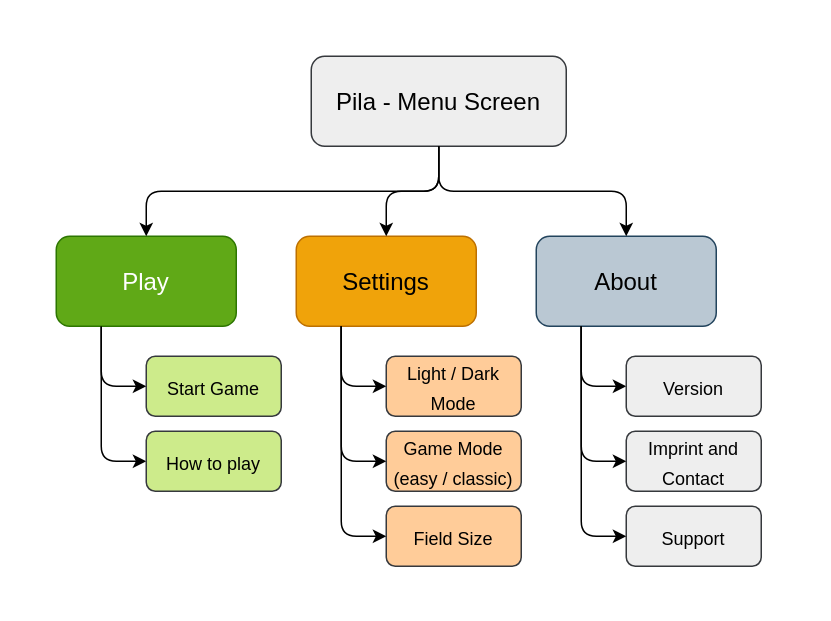
Earlier version of the draw.io diagram .drawio/app-concept.drawio (FOehlschlaeger/pila). Source tidied: cells renumbered, new cells numbered last; positions are measured from the earlier drawing's top-left corner, leaving out a move shared by most shapes. Both pictures are drawn from the tidied source at 150%, with x=0, y=0 at pixel (26, 26).
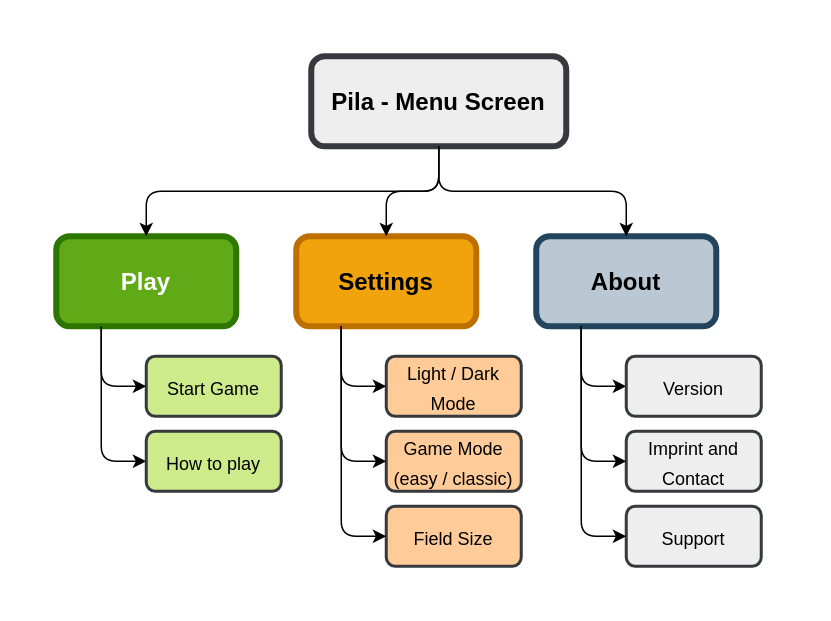
The same diagram, later.

Change to the diagram source:
```diff
@@
-    <mxCell id="5" value="&lt;font style=&quot;font-size: 16px;&quot;&gt;Pila - Menu Screen&lt;/font&gt;" style="rounded=1;whiteSpace=wrap;html=1;fillColor=#eeeeee;strokeColor=#36393d;" parent="4" vertex="1">
+    <mxCell id="5" value="&lt;font style=&quot;font-size: 16px;&quot;&gt;&lt;b&gt;Pila - Menu Screen&lt;/b&gt;&lt;/font&gt;" style="rounded=1;whiteSpace=wrap;html=1;fillColor=#eeeeee;strokeColor=#36393d;strokeWidth=4;" parent="4" vertex="1">
       <mxGeometry x="190" y="20" width="170" height="60" as="geometry" />
     </mxCell>
-    <mxCell id="6" value="&lt;font style=&quot;font-size: 16px;&quot;&gt;About&lt;/font&gt;" style="rounded=1;whiteSpace=wrap;html=1;fillColor=#bac8d3;strokeColor=#23445d;" parent="4" vertex="1">
+    <mxCell id="6" value="&lt;font style=&quot;font-size: 16px;&quot;&gt;&lt;b&gt;About&lt;/b&gt;&lt;/font&gt;" style="rounded=1;whiteSpace=wrap;html=1;fillColor=#bac8d3;strokeColor=#23445d;strokeWidth=4;" parent="4" vertex="1">
       <mxGeometry x="340" y="140" width="120" height="60" as="geometry" />
     </mxCell>
@@
-    <mxCell id="8" value="&lt;font style=&quot;font-size: 16px;&quot;&gt;Settings&lt;/font&gt;" style="rounded=1;whiteSpace=wrap;html=1;fillColor=#f0a30a;strokeColor=#BD7000;fontColor=#000000;" parent="4" vertex="1">
+    <mxCell id="8" value="&lt;font style=&quot;font-size: 16px;&quot;&gt;&lt;b&gt;Settings&lt;/b&gt;&lt;/font&gt;" style="rounded=1;whiteSpace=wrap;html=1;fillColor=#f0a30a;strokeColor=#BD7000;fontColor=#000000;strokeWidth=4;" parent="4" vertex="1">
       <mxGeometry x="180" y="140" width="120" height="60" as="geometry" />
     </mxCell>
-    <mxCell id="9" value="&lt;font style=&quot;font-size: 16px;&quot;&gt;Play&lt;/font&gt;" style="rounded=1;whiteSpace=wrap;html=1;fillColor=#60a917;strokeColor=#2D7600;fontColor=#ffffff;" parent="4" vertex="1">
+    <mxCell id="9" value="&lt;font style=&quot;font-size: 16px;&quot;&gt;&lt;b&gt;Play&lt;/b&gt;&lt;/font&gt;" style="rounded=1;whiteSpace=wrap;html=1;fillColor=#60a917;strokeColor=#2D7600;fontColor=#ffffff;strokeWidth=4;" parent="4" vertex="1">
       <mxGeometry x="20" y="140" width="120" height="60" as="geometry" />
     </mxCell>
@@
-    <mxCell id="13" value="&lt;font style=&quot;font-size: 12px;&quot;&gt;Imprint and Contact&lt;/font&gt;" style="rounded=1;whiteSpace=wrap;html=1;fontSize=16;fillColor=#eeeeee;strokeColor=#36393d;" parent="4" vertex="1">
+    <mxCell id="13" value="&lt;font style=&quot;font-size: 12px;&quot;&gt;Imprint and Contact&lt;/font&gt;" style="rounded=1;whiteSpace=wrap;html=1;fontSize=16;fillColor=#eeeeee;strokeColor=#36393d;strokeWidth=2;" parent="4" vertex="1">
       <mxGeometry x="400" y="270" width="90" height="40" as="geometry" />
     </mxCell>
-    <mxCell id="14" value="&lt;font style=&quot;font-size: 12px;&quot;&gt;Support&lt;/font&gt;" style="rounded=1;whiteSpace=wrap;html=1;fontSize=16;fillColor=#eeeeee;strokeColor=#36393d;" parent="4" vertex="1">
+    <mxCell id="14" value="&lt;font style=&quot;font-size: 12px;&quot;&gt;Support&lt;/font&gt;" style="rounded=1;whiteSpace=wrap;html=1;fontSize=16;fillColor=#eeeeee;strokeColor=#36393d;strokeWidth=2;" parent="4" vertex="1">
       <mxGeometry x="400" y="320" width="90" height="40" as="geometry" />
     </mxCell>
@@
-    <mxCell id="17" value="&lt;font style=&quot;font-size: 12px;&quot;&gt;Light / Dark Mode&lt;/font&gt;" style="rounded=1;whiteSpace=wrap;html=1;fontSize=16;fillColor=#ffcc99;strokeColor=#36393d;" parent="4" vertex="1">
+    <mxCell id="17" value="&lt;font style=&quot;font-size: 12px;&quot;&gt;Light / Dark Mode&lt;/font&gt;" style="rounded=1;whiteSpace=wrap;html=1;fontSize=16;fillColor=#ffcc99;strokeColor=#36393d;strokeWidth=2;" parent="4" vertex="1">
       <mxGeometry x="240" y="220" width="90" height="40" as="geometry" />
     </mxCell>
-    <mxCell id="18" value="&lt;font style=&quot;font-size: 12px;&quot;&gt;Game Mode&lt;br&gt;(easy / classic)&lt;/font&gt;" style="rounded=1;whiteSpace=wrap;html=1;fontSize=16;fillColor=#ffcc99;strokeColor=#36393d;" parent="4" vertex="1">
+    <mxCell id="18" value="&lt;font style=&quot;font-size: 12px;&quot;&gt;Game Mode&lt;br&gt;(easy / classic)&lt;/font&gt;" style="rounded=1;whiteSpace=wrap;html=1;fontSize=16;fillColor=#ffcc99;strokeColor=#36393d;strokeWidth=2;" parent="4" vertex="1">
       <mxGeometry x="240" y="270" width="90" height="40" as="geometry" />
     </mxCell>
@@
-    <mxCell id="21" value="&lt;font style=&quot;font-size: 12px;&quot;&gt;How to play&lt;/font&gt;" style="rounded=1;whiteSpace=wrap;html=1;fontSize=16;fillColor=#cdeb8b;strokeColor=#36393d;" parent="4" vertex="1">
+    <mxCell id="21" value="&lt;font style=&quot;font-size: 12px;&quot;&gt;How to play&lt;/font&gt;" style="rounded=1;whiteSpace=wrap;html=1;fontSize=16;fillColor=#cdeb8b;strokeColor=#36393d;strokeWidth=2;" parent="4" vertex="1">
       <mxGeometry x="80" y="270" width="90" height="40" as="geometry" />
     </mxCell>
-    <mxCell id="22" value="&lt;span style=&quot;font-size: 12px;&quot;&gt;Start Game&lt;/span&gt;" style="rounded=1;whiteSpace=wrap;html=1;fontSize=16;fillColor=#cdeb8b;strokeColor=#36393d;" parent="4" vertex="1">
+    <mxCell id="22" value="&lt;span style=&quot;font-size: 12px;&quot;&gt;Start Game&lt;/span&gt;" style="rounded=1;whiteSpace=wrap;html=1;fontSize=16;fillColor=#cdeb8b;strokeColor=#36393d;strokeWidth=2;" parent="4" vertex="1">
       <mxGeometry x="80" y="220" width="90" height="40" as="geometry" />
     </mxCell>
@@
-    <mxCell id="24" value="&lt;span style=&quot;font-size: 12px;&quot;&gt;Field Size&lt;/span&gt;" style="rounded=1;whiteSpace=wrap;html=1;fontSize=16;fillColor=#ffcc99;strokeColor=#36393d;" parent="4" vertex="1">
+    <mxCell id="24" value="&lt;span style=&quot;font-size: 12px;&quot;&gt;Field Size&lt;/span&gt;" style="rounded=1;whiteSpace=wrap;html=1;fontSize=16;fillColor=#ffcc99;strokeColor=#36393d;strokeWidth=2;" parent="4" vertex="1">
       <mxGeometry x="240" y="320" width="90" height="40" as="geometry" />
     </mxCell>
@@
-    <mxCell id="26" value="&lt;font style=&quot;font-size: 12px;&quot;&gt;Version&lt;/font&gt;" style="rounded=1;whiteSpace=wrap;html=1;fontSize=16;fillColor=#eeeeee;strokeColor=#36393d;" parent="4" vertex="1">
+    <mxCell id="26" value="&lt;font style=&quot;font-size: 12px;&quot;&gt;Version&lt;/font&gt;" style="rounded=1;whiteSpace=wrap;html=1;fontSize=16;fillColor=#eeeeee;strokeColor=#36393d;strokeWidth=2;" parent="4" vertex="1">
       <mxGeometry x="400" y="220" width="90" height="40" as="geometry" />
     </mxCell>
```
